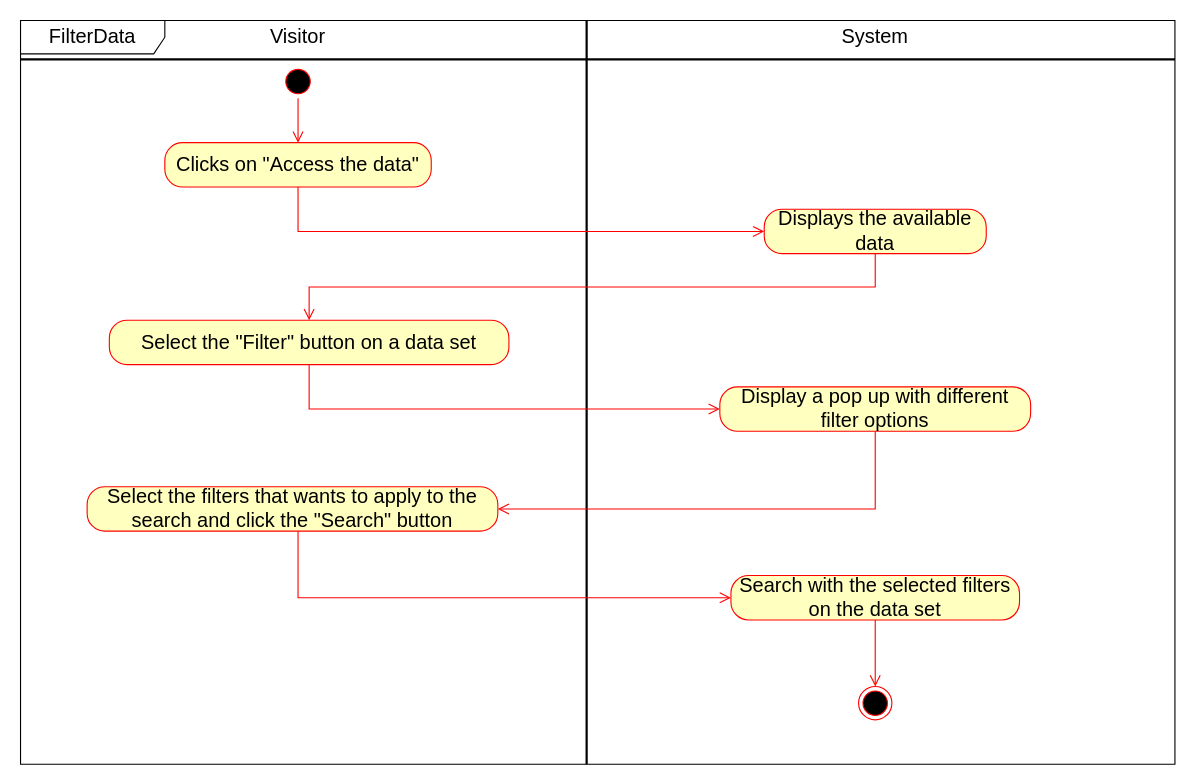
Earlier version of the draw.io diagram page "FilterData" (2 of 3) of Use cases diagram/Visitor.drawio (matteovisotto/SE2-CecchettoSirianiVisotto). Source tidied: cells renumbered, new cells numbered last; positions are measured from the earlier drawing's top-left corner, leaving out a move shared by most shapes. Both pictures are drawn from the tidied source at 111%, with x=0, y=0 at pixel (20, 20).
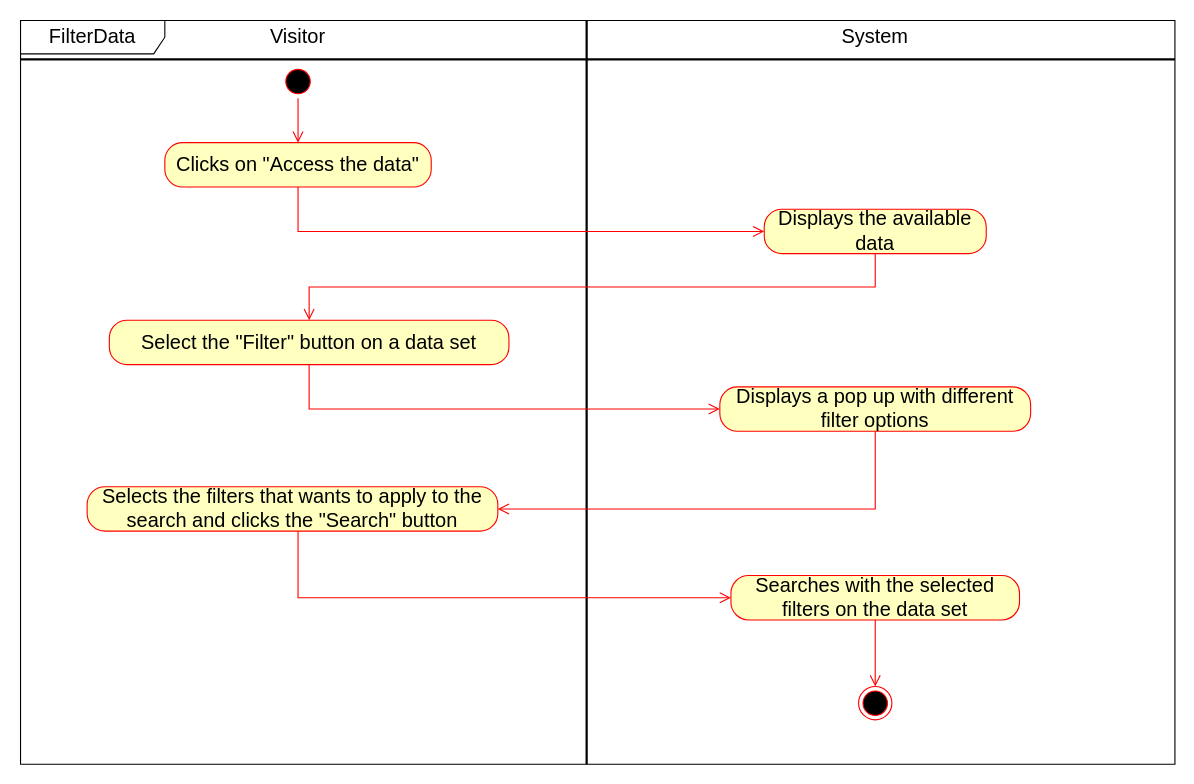
Above is the later version.

Diff of the diagram source:
```diff
@@
-    <mxCell id="12" value="&lt;font style=&quot;font-size: 18px&quot;&gt;Display a pop up with different filter options&lt;/font&gt;" style="rounded=1;whiteSpace=wrap;html=1;arcSize=40;fontColor=#000000;fillColor=#ffffc0;strokeColor=#ff0000;" parent="1" vertex="1">
+    <mxCell id="12" value="&lt;font style=&quot;font-size: 18px&quot;&gt;Displays a pop up with different filter options&lt;/font&gt;" style="rounded=1;whiteSpace=wrap;html=1;arcSize=40;fontColor=#000000;fillColor=#ffffc0;strokeColor=#ff0000;" parent="1" vertex="1">
       <mxGeometry x="630" y="330" width="280" height="40" as="geometry" />
     </mxCell>
@@
-    <mxCell id="14" value="&lt;font style=&quot;font-size: 18px&quot;&gt;Select the filters that wants to apply to the search and click the &quot;Search&quot; button&lt;/font&gt;" style="rounded=1;whiteSpace=wrap;html=1;arcSize=40;fontColor=#000000;fillColor=#ffffc0;strokeColor=#ff0000;" parent="1" vertex="1">
+    <mxCell id="14" value="&lt;font style=&quot;font-size: 18px&quot;&gt;Selects the filters that wants to apply to the search and clicks the &quot;Search&quot; button&lt;/font&gt;" style="rounded=1;whiteSpace=wrap;html=1;arcSize=40;fontColor=#000000;fillColor=#ffffc0;strokeColor=#ff0000;" parent="1" vertex="1">
       <mxGeometry x="60" y="420" width="370" height="40" as="geometry" />
     </mxCell>
@@
-    <mxCell id="16" value="&lt;font style=&quot;font-size: 18px&quot;&gt;Search with the selected filters on the data set&lt;/font&gt;" style="rounded=1;whiteSpace=wrap;html=1;arcSize=40;fontColor=#000000;fillColor=#ffffc0;strokeColor=#ff0000;" parent="1" vertex="1">
+    <mxCell id="16" value="&lt;font style=&quot;font-size: 18px&quot;&gt;Searches with the selected filters on the data set&lt;/font&gt;" style="rounded=1;whiteSpace=wrap;html=1;arcSize=40;fontColor=#000000;fillColor=#ffffc0;strokeColor=#ff0000;" parent="1" vertex="1">
       <mxGeometry x="640" y="500" width="260" height="40" as="geometry" />
     </mxCell>
```
